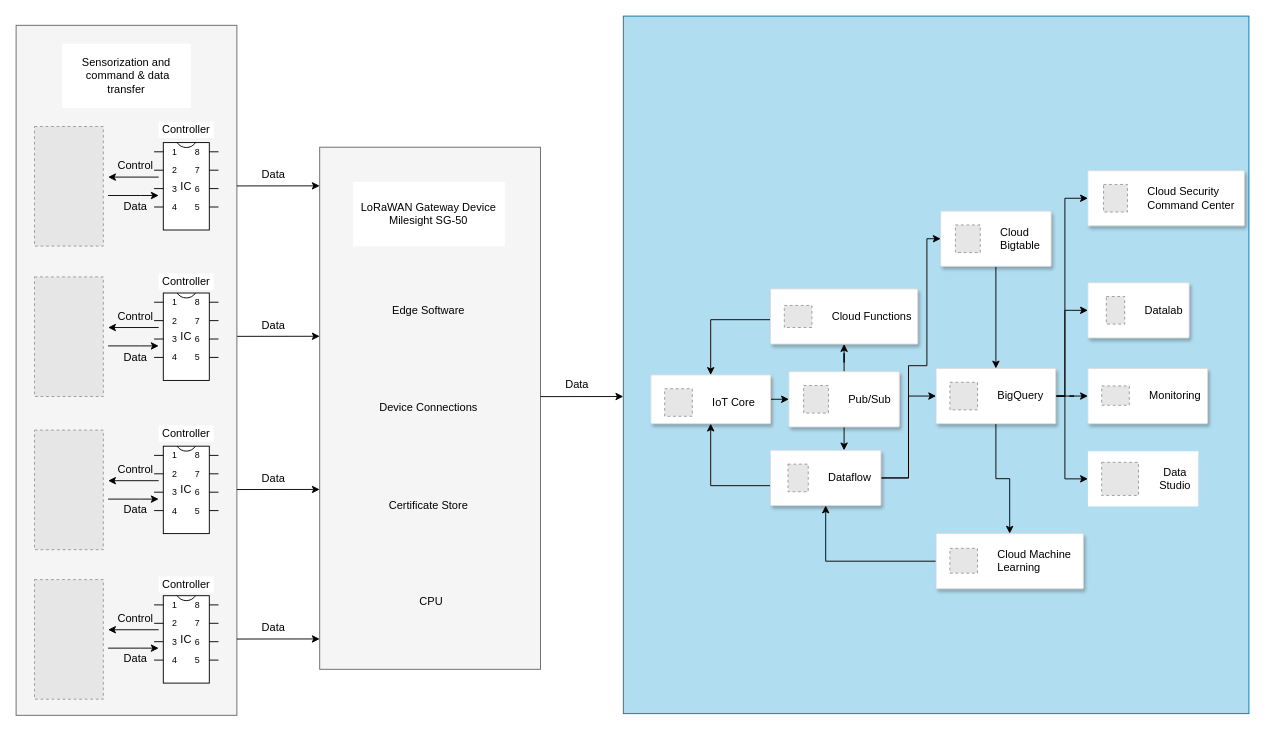
This is Trabajo Comunicación Industrial.drawio from lucasmarti11/TFG_Arduino, a draw.io file, before an edit. Source tidied: cells renumbered, new cells numbered last; positions are measured from the earlier drawing's top-left corner, leaving out a move shared by most shapes. Both pictures are drawn from the tidied source at 92%, with x=0, y=0 at pixel (16, 16). Pictures stored in the file or linked from it are replaced by grey dashed boxes.
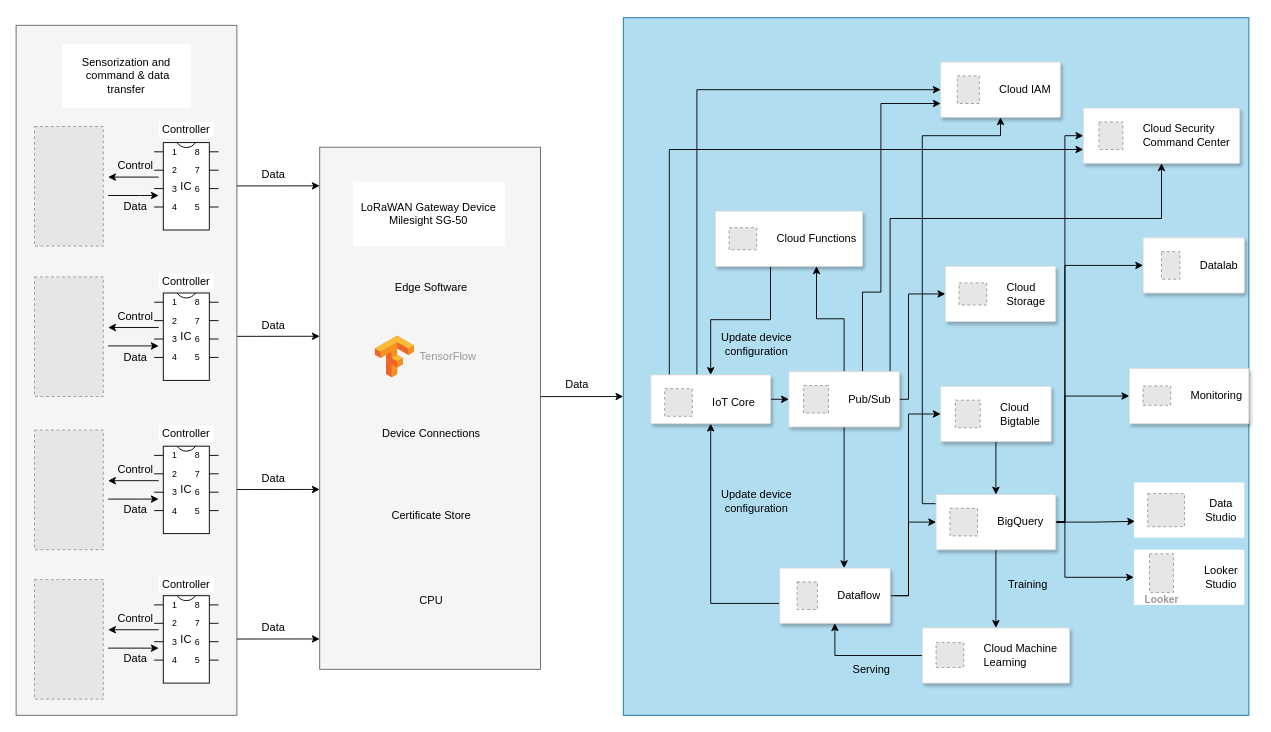
The same diagram, later.

Unchanged cells that the change refers to:
```xml
<mxCell id="58" style="strokeColor=#dddddd;shadow=1;strokeWidth=1;rounded=1;absoluteArcSize=1;arcSize=2;" parent="1" vertex="1">
  <mxGeometry x="840" y="386.5" width="120" height="60" as="geometry" />
</mxCell>
<mxCell id="77" style="strokeColor=#dddddd;shadow=1;strokeWidth=1;rounded=1;absoluteArcSize=1;arcSize=2;" parent="1" vertex="1">
  <mxGeometry x="690" y="390" width="130" height="53" as="geometry" />
</mxCell>
```

Change to the diagram source:
```diff
@@
     <mxCell id="38" value="Edge Software" style="text;html=1;align=center;verticalAlign=middle;whiteSpace=wrap;rounded=0;fillColor=none;" parent="1" vertex="1">
-      <mxGeometry x="366.2" y="284.8" width="165" height="70" as="geometry" />
+      <mxGeometry x="368.8" y="260" width="165" height="70" as="geometry" />
     </mxCell>
     <mxCell id="39" value="Device Connections" style="text;html=1;align=center;verticalAlign=middle;whiteSpace=wrap;rounded=0;fillColor=none;" parent="1" vertex="1">
-      <mxGeometry x="366.2" y="390.8" width="165" height="70" as="geometry" />
+      <mxGeometry x="368.8" y="418.8" width="165" height="70" as="geometry" />
     </mxCell>
     <mxCell id="40" value="Certificate Store" style="text;html=1;align=center;verticalAlign=middle;whiteSpace=wrap;rounded=0;fillColor=none;" parent="1" vertex="1">
-      <mxGeometry x="366.2" y="497.2" width="165" height="70" as="geometry" />
+      <mxGeometry x="368.8" y="508" width="165" height="70" as="geometry" />
     </mxCell>
     <mxCell id="41" value="CPU" style="text;html=1;align=center;verticalAlign=middle;whiteSpace=wrap;rounded=0;fillColor=none;" parent="1" vertex="1">
-      <mxGeometry x="368.8" y="602.2" width="165" height="70" as="geometry" />
+      <mxGeometry x="368.8" y="600" width="165" height="70" as="geometry" />
     </mxCell>
@@
     <mxCell id="48" style="rounded=0;whiteSpace=wrap;html=1;fillColor=#b1ddf0;strokeColor=#10739e;" parent="1" vertex="1">
-      <mxGeometry x="660" width="680" height="758.2" as="geometry" />
+      <mxGeometry x="660" y="1.8" width="680" height="758.2" as="geometry" />
     </mxCell>
     <mxCell id="49" style="strokeColor=#dddddd;shadow=1;strokeWidth=1;rounded=1;absoluteArcSize=1;arcSize=2;" parent="1" vertex="1">
-      <mxGeometry x="1165" y="289.8" width="110" height="60" as="geometry" />
+      <mxGeometry x="1225" y="241" width="110" height="60" as="geometry" />
     </mxCell>
@@
-    <mxCell id="52" style="edgeStyle=orthogonalEdgeStyle;rounded=0;jettySize=auto;html=1;exitX=1;exitY=0.5;exitDx=0;exitDy=0;entryX=0;entryY=0.5;entryDx=0;entryDy=0;" parent="1" edge="1" source="54" target="71">
+    <mxCell id="52" style="edgeStyle=orthogonalEdgeStyle;rounded=0;jettySize=auto;html=1;exitX=1;exitY=0.5;exitDx=0;exitDy=0;entryX=0;entryY=0.5;entryDx=0;entryDy=0;" parent="1" edge="1" target="71">
       <mxGeometry relative="1" as="geometry">
+        <mxPoint x="955" y="630" as="sourcePoint" />
         <Array as="points">
-          <mxPoint x="970" y="502" />
-          <mxPoint x="970" y="380" />
-          <mxPoint x="990" y="380" />
-          <mxPoint x="990" y="242" />
+          <mxPoint x="970" y="630" />
+          <mxPoint x="970" y="433" />
         </Array>
       </mxGeometry>
     </mxCell>
     <mxCell id="53" style="edgeStyle=orthogonalEdgeStyle;rounded=0;jettySize=auto;html=1;entryX=0;entryY=0.5;entryDx=0;entryDy=0;" parent="1" edge="1" source="54" target="65">
-      <mxGeometry relative="1" as="geometry" />
+      <mxGeometry relative="1" as="geometry">
+        <Array as="points">
+          <mxPoint x="970" y="630" />
+          <mxPoint x="970" y="550" />
+        </Array>
+      </mxGeometry>
     </mxCell>
     <mxCell id="54" style="strokeColor=#dddddd;shadow=1;strokeWidth=1;rounded=1;absoluteArcSize=1;arcSize=2;" parent="1" vertex="1">
-      <mxGeometry x="820" y="472" width="120" height="60" as="geometry" />
+      <mxGeometry x="830" y="600" width="120" height="60" as="geometry" />
     </mxCell>
@@
     <mxCell id="57" style="edgeStyle=orthogonalEdgeStyle;rounded=0;jettySize=auto;html=1;exitX=0.5;exitY=0;exitDx=0;exitDy=0;" parent="1" edge="1" source="58" target="74">
-      <mxGeometry relative="1" as="geometry" />
+      <mxGeometry relative="1" as="geometry">
+        <Array as="points">
+          <mxPoint x="900" y="329" />
+          <mxPoint x="870" y="329" />
+        </Array>
+      </mxGeometry>
     </mxCell>
+    <mxCell id="86" style="edgeStyle=orthogonalEdgeStyle;rounded=0;jettySize=auto;html=1;entryX=0.5;entryY=1;entryDx=0;entryDy=0;" parent="1" edge="1" source="58" target="81">
+      <mxGeometry relative="1" as="geometry">
+        <Array as="points">
+          <mxPoint x="950" y="220" />
+          <mxPoint x="1245" y="220" />
+        </Array>
+      </mxGeometry>
+    </mxCell>
+    <mxCell id="87" style="edgeStyle=orthogonalEdgeStyle;rounded=0;jettySize=auto;html=1;entryX=0;entryY=0.75;entryDx=0;entryDy=0;" parent="1" edge="1" source="58" target="93">
+      <mxGeometry relative="1" as="geometry">
+        <Array as="points">
+          <mxPoint x="920" y="300" />
+          <mxPoint x="940" y="300" />
+          <mxPoint x="940" y="95" />
+        </Array>
+      </mxGeometry>
+    </mxCell>
+    <mxCell id="88" style="edgeStyle=orthogonalEdgeStyle;rounded=0;jettySize=auto;html=1;entryX=0;entryY=0.5;entryDx=0;entryDy=0;" parent="1" edge="1" source="58" target="95">
+      <mxGeometry relative="1" as="geometry">
+        <Array as="points">
+          <mxPoint x="970" y="417" />
+          <mxPoint x="970" y="302" />
+        </Array>
+      </mxGeometry>
+    </mxCell>
@@
     <mxCell id="60" style="edgeStyle=orthogonalEdgeStyle;rounded=0;jettySize=auto;html=1;exitX=1;exitY=0.5;exitDx=0;exitDy=0;entryX=0;entryY=0.5;entryDx=0;entryDy=0;" parent="1" edge="1" source="65" target="49">
       <mxGeometry relative="1" as="geometry">
         <Array as="points">
-          <mxPoint x="1140" y="413" />
-          <mxPoint x="1140" y="320" />
+          <mxPoint x="1140" y="550" />
+          <mxPoint x="1140" y="271" />
         </Array>
       </mxGeometry>
     </mxCell>
-    <mxCell id="61" style="edgeStyle=orthogonalEdgeStyle;rounded=0;jettySize=auto;html=1;exitX=1;exitY=0.5;exitDx=0;exitDy=0;entryX=0;entryY=0.5;entryDx=0;entryDy=0;" parent="1" edge="1" source="65" target="83">
-      <mxGeometry relative="1" as="geometry">
-        <Array as="points">
-          <mxPoint x="1140" y="413" />
-          <mxPoint x="1140" y="503" />
-        </Array>
-      </mxGeometry>
+    <mxCell id="61" style="edgeStyle=orthogonalEdgeStyle;rounded=0;jettySize=auto;html=1;exitX=1;exitY=0.5;exitDx=0;exitDy=0;entryX=0.011;entryY=0.703;entryDx=0;entryDy=0;entryPerimeter=0;" parent="1" edge="1" source="65" target="83">
+      <mxGeometry relative="1" as="geometry" />
     </mxCell>
     <mxCell id="62" style="edgeStyle=orthogonalEdgeStyle;rounded=0;jettySize=auto;html=1;entryX=0;entryY=0.5;entryDx=0;entryDy=0;" parent="1" edge="1" source="65" target="79">
-      <mxGeometry relative="1" as="geometry" />
+      <mxGeometry relative="1" as="geometry">
+        <Array as="points">
+          <mxPoint x="1140" y="550" />
+          <mxPoint x="1140" y="413" />
+        </Array>
+      </mxGeometry>
     </mxCell>
@@
     <mxCell id="64" style="edgeStyle=orthogonalEdgeStyle;rounded=0;jettySize=auto;html=1;entryX=0;entryY=0.5;entryDx=0;entryDy=0;" parent="1" edge="1" source="65" target="81">
       <mxGeometry relative="1" as="geometry">
         <Array as="points">
-          <mxPoint x="1140" y="413" />
-          <mxPoint x="1140" y="198" />
+          <mxPoint x="1140" y="550" />
+          <mxPoint x="1140" y="130" />
         </Array>
       </mxGeometry>
     </mxCell>
+    <mxCell id="89" style="edgeStyle=orthogonalEdgeStyle;rounded=0;jettySize=auto;html=1;entryX=0.5;entryY=1;entryDx=0;entryDy=0;" parent="1" edge="1" source="65" target="93">
+      <mxGeometry relative="1" as="geometry">
+        <Array as="points">
+          <mxPoint x="985" y="530" />
+          <mxPoint x="985" y="130" />
+          <mxPoint x="1070" y="130" />
+        </Array>
+      </mxGeometry>
+    </mxCell>
+    <mxCell id="90" style="edgeStyle=orthogonalEdgeStyle;rounded=0;jettySize=auto;html=1;" parent="1" edge="1" source="65" target="103">
+      <mxGeometry relative="1" as="geometry">
+        <Array as="points">
+          <mxPoint x="1140" y="550" />
+          <mxPoint x="1140" y="610" />
+        </Array>
+      </mxGeometry>
+    </mxCell>
     <mxCell id="65" style="strokeColor=#dddddd;shadow=1;strokeWidth=1;rounded=1;absoluteArcSize=1;arcSize=2;" parent="1" vertex="1">
-      <mxGeometry x="1000" y="383" width="130" height="60" as="geometry" />
+      <mxGeometry x="1000" y="520" width="130" height="60" as="geometry" />
     </mxCell>
@@
     <mxCell id="68" style="strokeColor=#dddddd;shadow=1;strokeWidth=1;rounded=1;absoluteArcSize=1;arcSize=2;" parent="1" vertex="1">
-      <mxGeometry x="1000" y="562.5" width="160" height="60" as="geometry" />
+      <mxGeometry x="985" y="665" width="160" height="60" as="geometry" />
     </mxCell>
@@
     <mxCell id="71" style="strokeColor=#dddddd;shadow=1;strokeWidth=1;rounded=1;absoluteArcSize=1;arcSize=2;" parent="1" vertex="1">
-      <mxGeometry x="1005" y="212" width="120" height="60" as="geometry" />
+      <mxGeometry x="1005" y="402.5" width="120" height="60" as="geometry" />
     </mxCell>
@@
     <mxCell id="73" style="edgeStyle=orthogonalEdgeStyle;rounded=0;jettySize=auto;html=1;entryX=0.5;entryY=0;entryDx=0;entryDy=0;" parent="1" edge="1" source="74" target="77">
       <mxGeometry relative="1" as="geometry">
         <Array as="points">
+          <mxPoint x="820" y="330" />
           <mxPoint x="755" y="330" />
         </Array>
       </mxGeometry>
     </mxCell>
     <mxCell id="74" style="strokeColor=#dddddd;shadow=1;strokeWidth=1;rounded=1;absoluteArcSize=1;arcSize=2;" parent="1" vertex="1">
-      <mxGeometry x="820" y="296.5" width="160" height="60" as="geometry" />
+      <mxGeometry x="760" y="212" width="160" height="60" as="geometry" />
     </mxCell>
@@
+    <mxCell id="91" style="edgeStyle=orthogonalEdgeStyle;rounded=0;jettySize=auto;html=1;entryX=0;entryY=0.5;entryDx=0;entryDy=0;" parent="1" edge="1" source="77" target="93">
+      <mxGeometry relative="1" as="geometry">
+        <Array as="points">
+          <mxPoint x="740" y="80" />
+        </Array>
+      </mxGeometry>
+    </mxCell>
+    <mxCell id="92" style="edgeStyle=orthogonalEdgeStyle;rounded=0;jettySize=auto;html=1;entryX=0;entryY=0.75;entryDx=0;entryDy=0;" parent="1" edge="1" source="77" target="81">
+      <mxGeometry relative="1" as="geometry">
+        <Array as="points">
+          <mxPoint x="710" y="145" />
+        </Array>
+      </mxGeometry>
+    </mxCell>
@@
     <mxCell id="79" style="strokeColor=#dddddd;shadow=1;strokeWidth=1;rounded=1;absoluteArcSize=1;arcSize=2;" parent="1" vertex="1">
-      <mxGeometry x="1165" y="383" width="130" height="60" as="geometry" />
+      <mxGeometry x="1210" y="383" width="130" height="60" as="geometry" />
     </mxCell>
@@
     <mxCell id="81" style="strokeColor=#dddddd;shadow=1;strokeWidth=1;rounded=1;absoluteArcSize=1;arcSize=2;" parent="1" vertex="1">
-      <mxGeometry x="1165" y="168" width="170" height="60" as="geometry" />
+      <mxGeometry x="1160" y="100" width="170" height="60" as="geometry" />
     </mxCell>
@@
     <mxCell id="83" style="rounded=0;whiteSpace=wrap;html=1;strokeColor=none;" parent="1" vertex="1">
-      <mxGeometry x="1165" y="473" width="120" height="60" as="geometry" />
+      <mxGeometry x="1215" y="507" width="120" height="60" as="geometry" />
     </mxCell>
     <mxCell id="84" style="fillColor=#E6E6E6;strokeColor=#999999;dashed=1;html=1;verticalLabelPosition=bottom;labelBackgroundColor=#ffffff;verticalAlign=top;" parent="1" vertex="1">
-      <mxGeometry x="1180" y="485" width="40" height="36" as="geometry" />
+      <mxGeometry x="1230" y="519" width="40" height="36" as="geometry" />
     </mxCell>
     <mxCell id="85" value="Data Studio" style="text;html=1;align=center;verticalAlign=middle;whiteSpace=wrap;rounded=0;" parent="1" vertex="1">
-      <mxGeometry x="1230" y="488" width="60" height="30" as="geometry" />
+      <mxGeometry x="1280" y="522" width="60" height="30" as="geometry" />
     </mxCell>
+    <mxCell id="93" style="strokeColor=#dddddd;shadow=1;strokeWidth=1;rounded=1;absoluteArcSize=1;arcSize=2;" parent="1" vertex="1">
+      <mxGeometry x="1005" y="50" width="130" height="60" as="geometry" />
+    </mxCell>
+    <mxCell id="94" value="&lt;font color=&quot;#000000&quot;&gt;Cloud IAM&lt;/font&gt;" style="fillColor=#E6E6E6;strokeColor=#999999;dashed=1;html=1;fontColor=#999999;verticalLabelPosition=middle;verticalAlign=middle;labelPosition=right;align=left;spacingLeft=20;" parent="93" vertex="1">
+      <mxGeometry width="24" height="30" relative="1" as="geometry">
+        <mxPoint x="18" y="15" as="offset" />
+      </mxGeometry>
+    </mxCell>
+    <mxCell id="95" style="strokeColor=#dddddd;shadow=1;strokeWidth=1;rounded=1;absoluteArcSize=1;arcSize=2;" parent="1" vertex="1">
+      <mxGeometry x="1010" y="272" width="120" height="60" as="geometry" />
+    </mxCell>
+    <mxCell id="96" value="&lt;font color=&quot;#000000&quot;&gt;Cloud&lt;br&gt;Storage&lt;/font&gt;" style="fillColor=#E6E6E6;strokeColor=#999999;dashed=1;html=1;fontColor=#999999;verticalLabelPosition=middle;verticalAlign=middle;labelPosition=right;align=left;spacingLeft=20;" parent="95" vertex="1">
+      <mxGeometry width="30" height="24" relative="1" as="geometry">
+        <mxPoint x="15" y="18" as="offset" />
+      </mxGeometry>
+    </mxCell>
+    <mxCell id="97" value="Serving" style="text;html=1;align=center;verticalAlign=middle;whiteSpace=wrap;rounded=0;" parent="1" vertex="1">
+      <mxGeometry x="900" y="695" width="60" height="30" as="geometry" />
+    </mxCell>
+    <mxCell id="98" value="Training" style="text;html=1;align=center;verticalAlign=middle;whiteSpace=wrap;rounded=0;" parent="1" vertex="1">
+      <mxGeometry x="1070" y="602.8" width="60" height="30" as="geometry" />
+    </mxCell>
+    <mxCell id="99" value="Update device configuration" style="text;html=1;align=center;verticalAlign=middle;whiteSpace=wrap;rounded=0;" parent="1" vertex="1">
+      <mxGeometry x="760" y="512" width="90" height="30" as="geometry" />
+    </mxCell>
+    <mxCell id="100" value="Update device configuration" style="text;html=1;align=center;verticalAlign=middle;whiteSpace=wrap;rounded=0;" parent="1" vertex="1">
+      <mxGeometry x="760" y="341.5" width="90" height="30" as="geometry" />
+    </mxCell>
+    <mxCell id="101" style="strokeColor=none;shadow=0;strokeWidth=1;rounded=0;absoluteArcSize=1;arcSize=2;fillColor=none;" parent="1" vertex="1">
+      <mxGeometry x="385" y="340.5" width="130" height="60" as="geometry" />
+    </mxCell>
+    <mxCell id="102" value="TensorFlow" style="sketch=0;dashed=0;html=1;fillColor=#5184F3;strokeColor=none;shape=mxgraph.gcp2.tensorflow_logo;labelPosition=right;verticalLabelPosition=middle;align=left;verticalAlign=middle;spacingLeft=5;fontColor=#999999;fontSize=12;" parent="101" vertex="1">
+      <mxGeometry width="42.3" height="45" relative="1" as="geometry">
+        <mxPoint x="5" y="7" as="offset" />
+      </mxGeometry>
+    </mxCell>
+    <mxCell id="103" style="rounded=0;whiteSpace=wrap;html=1;strokeColor=none;" parent="1" vertex="1">
+      <mxGeometry x="1215" y="580" width="120" height="60" as="geometry" />
+    </mxCell>
+    <mxCell id="104" value="Looker" style="fillColor=#E6E6E6;strokeColor=#999999;dashed=1;html=1;verticalAlign=top;labelPosition=center;verticalLabelPosition=bottom;align=center;spacingTop=-6;fontSize=11;fontStyle=1;fontColor=#999999;" parent="1" vertex="1">
+      <mxGeometry x="1232" y="584.5" width="26" height="42" as="geometry" />
+    </mxCell>
+    <mxCell id="105" value="Looker Studio" style="text;html=1;align=center;verticalAlign=middle;whiteSpace=wrap;rounded=0;" parent="1" vertex="1">
+      <mxGeometry x="1280" y="595" width="60" height="30" as="geometry" />
+    </mxCell>
```
